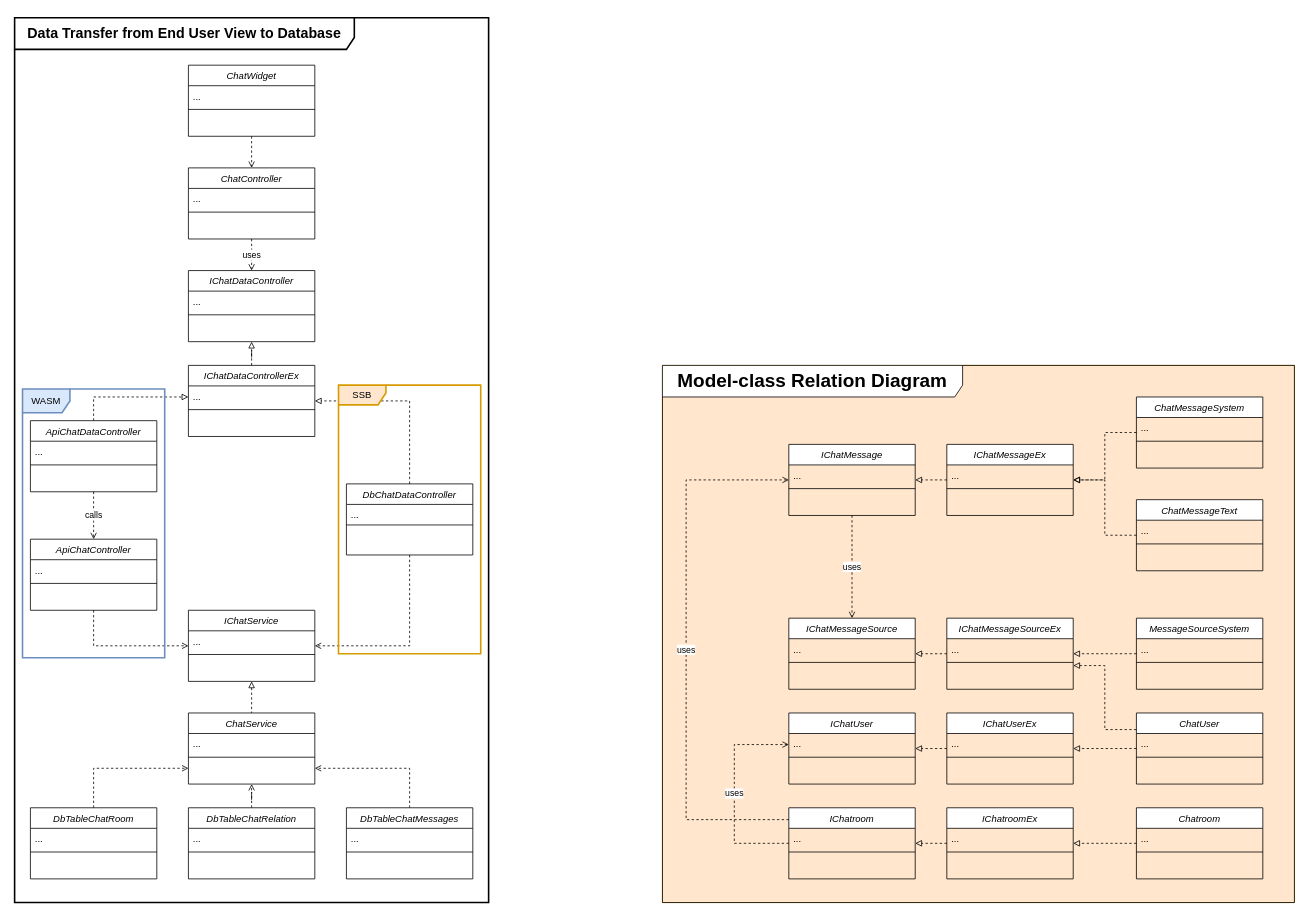
Earlier version of the draw.io diagram internship_s8/new-class-diagram.drawio (Gryfin123/diagrams_with_no_context). Source tidied: cells renumbered, new cells numbered last; positions are measured from the earlier drawing's top-left corner, leaving out a move shared by most shapes. Both pictures are drawn from the tidied source at 79%, with x=0, y=0 at pixel (14, 17).
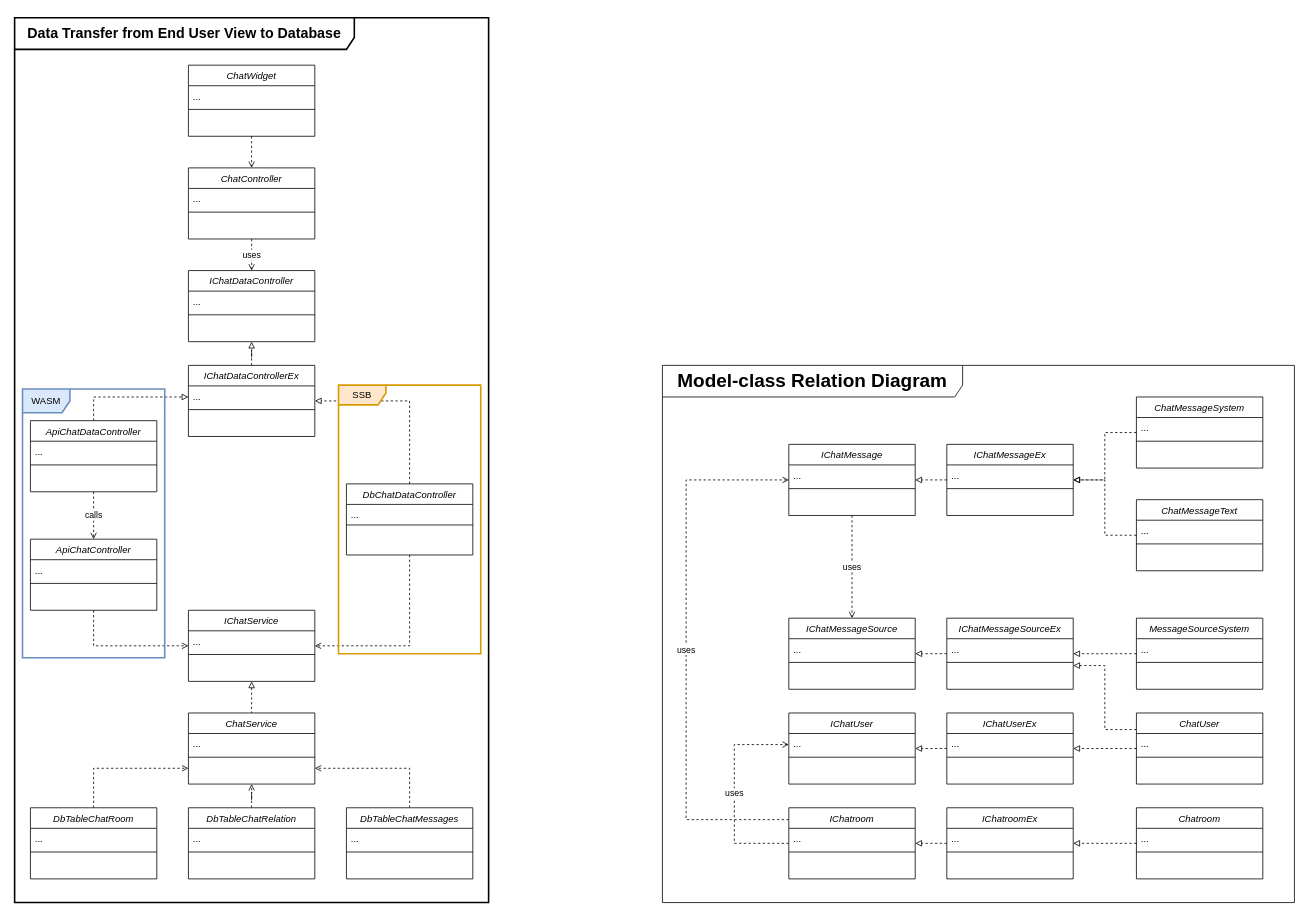
Above is the later version.

What changed in the source:
```diff
@@
-    <mxCell id="2" style="rounded=0;whiteSpace=wrap;html=1;fillColor=#ffe6cc;strokeColor=#d79b00;" parent="1" vertex="1">
-      <mxGeometry x="820" y="440" width="800" height="680" as="geometry" />
-    </mxCell>
```
